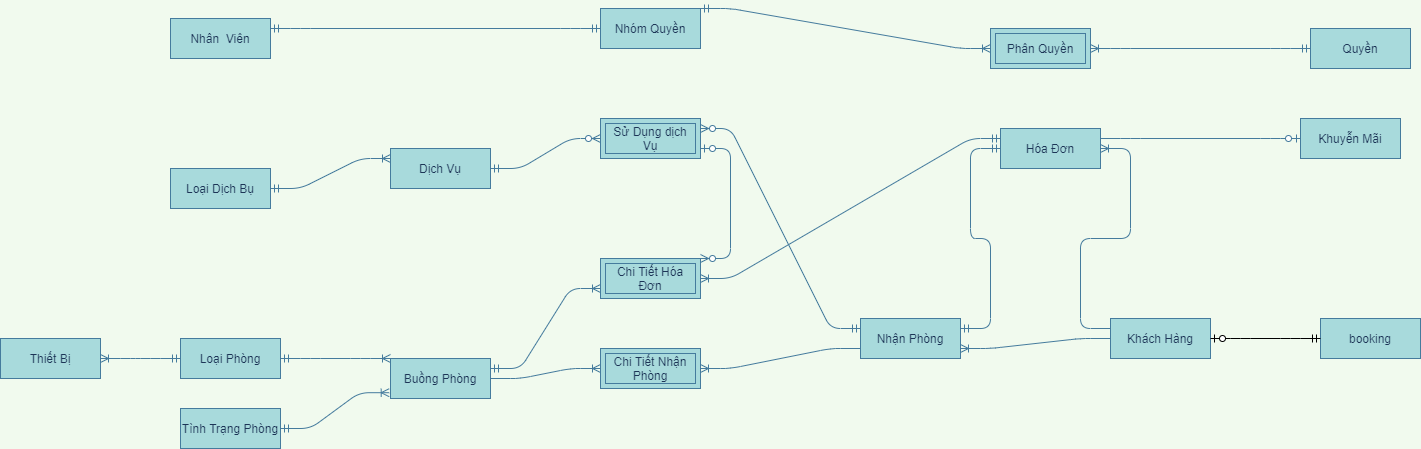
maialino123/QLKS keeps this draw.io diagram as EntityRelationship-QLKS.png. Above is the earlier version. Source tidied: cells renumbered, new cells last; positions are measured from the earlier drawing's top-left corner, leaving out a move shared by most shapes.
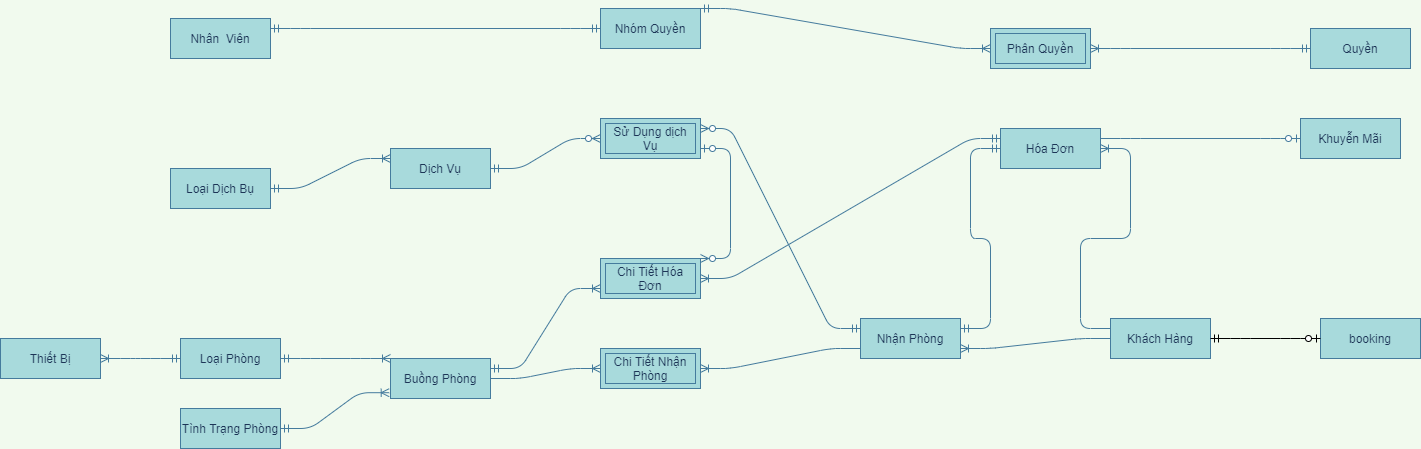
Later version of the same file.

What changed in the source:
```diff
@@ -110,7 +110,7 @@
     <mxCell id="37" value="booking" style="whiteSpace=wrap;html=1;align=center;rounded=0;sketch=0;strokeColor=#457B9D;fillColor=#A8DADC;fontColor=#1D3557;" parent="1" vertex="1">
       <mxGeometry x="1320" y="310" width="100" height="40" as="geometry" />
     </mxCell>
-    <mxCell id="38" style="edgeStyle=entityRelationEdgeStyle;fontSize=12;html=1;endArrow=ERzeroToOne;startArrow=ERmandOne;entryX=1;entryY=0.5;entryDx=0;entryDy=0;exitX=0;exitY=0.5;exitDx=0;exitDy=0;" parent="1" edge="1" source="37" target="35">
+    <mxCell id="38" style="edgeStyle=entityRelationEdgeStyle;fontSize=12;html=1;endArrow=ERzeroToOne;startArrow=ERmandOne;exitX=1;exitY=0.5;exitDx=0;exitDy=0;" parent="1" edge="1" source="35" target="37">
       <mxGeometry relative="1" as="geometry" />
     </mxCell>
   </root>
```
